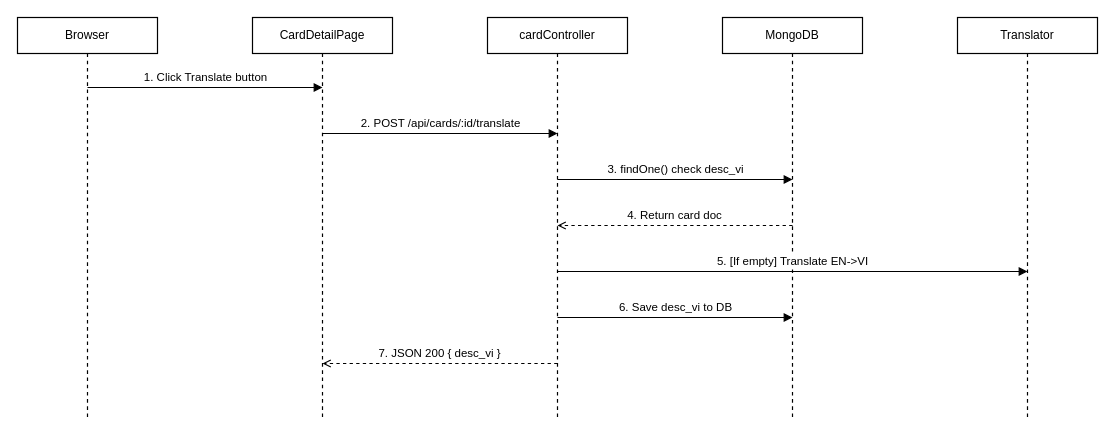
Above: page "3.2.3 Sequence - Effect Translation EN/VI" (3 of 3) of Tai lieu/Draw.io/SDS_3_2_Cards_Module.drawio in minhthanh1806/PROJECT_SDN (draw.io), before the change. Source tidied: cells renumbered, new cells numbered last; positions are measured from the earlier drawing's top-left corner, leaving out a move shared by most shapes. Both pictures are drawn from the tidied source at 100%, with x=0, y=0 at pixel (17, 17).
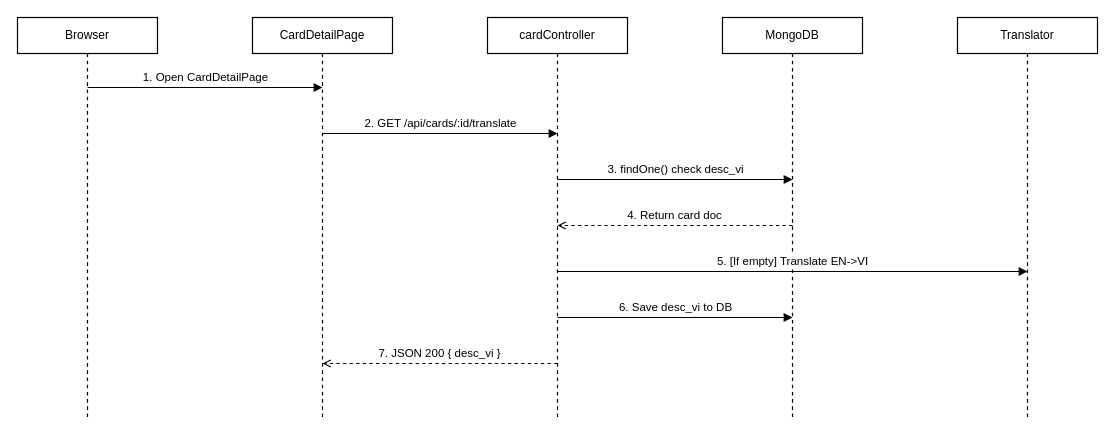
The same page after the edit.

Diff of the diagram source:
```diff
@@
-    <mxCell id="7" value="1. Click Translate button" style="html=1;verticalAlign=bottom;endArrow=block;endFill=1;rounded=0;strokeColor=#000000;fontColor=#000000;fontSize=11.5;labelBackgroundColor=#ffffff;strokeWidth=1.1;" parent="1" edge="1">
+    <mxCell id="7" value="1. Open CardDetailPage" style="html=1;verticalAlign=bottom;endArrow=block;endFill=1;rounded=0;strokeColor=#000000;fontColor=#000000;fontSize=11.5;labelBackgroundColor=#ffffff;strokeWidth=1.1;" parent="1" edge="1">
       <mxGeometry relative="1" as="geometry">
         <mxPoint x="70" y="70" as="sourcePoint" />
         <mxPoint x="305" y="70" as="targetPoint" />
       </mxGeometry>
     </mxCell>
-    <mxCell id="8" value="2. POST /api/cards/:id/translate" style="html=1;verticalAlign=bottom;endArrow=block;endFill=1;rounded=0;strokeColor=#000000;fontColor=#000000;fontSize=11.5;labelBackgroundColor=#ffffff;strokeWidth=1.1;" parent="1" edge="1">
+    <mxCell id="8" value="2. GET /api/cards/:id/translate" style="html=1;verticalAlign=bottom;endArrow=block;endFill=1;rounded=0;strokeColor=#000000;fontColor=#000000;fontSize=11.5;labelBackgroundColor=#ffffff;strokeWidth=1.1;" parent="1" edge="1">
       <mxGeometry relative="1" as="geometry">
         <mxPoint x="305" y="116" as="sourcePoint" />
         <mxPoint x="540" y="116" as="targetPoint" />
       </mxGeometry>
     </mxCell>
```
